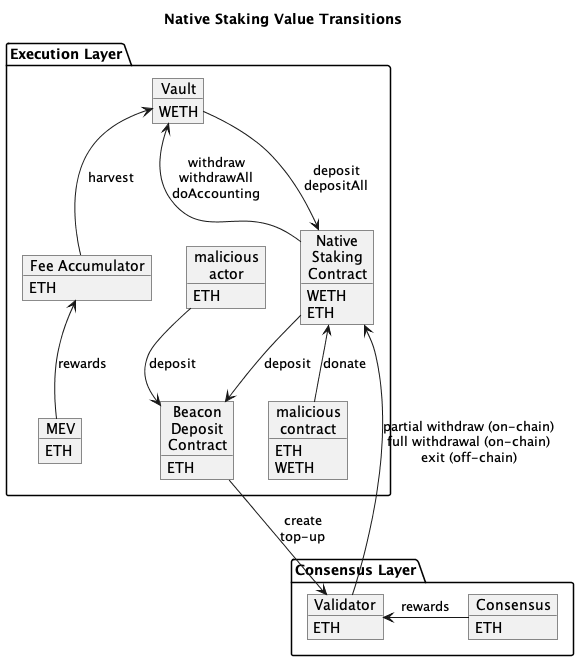
Above: contracts/docs/plantuml/stakingValueTransitions.png in OriginProtocol/origin-dollar (PlantUML), before the change.
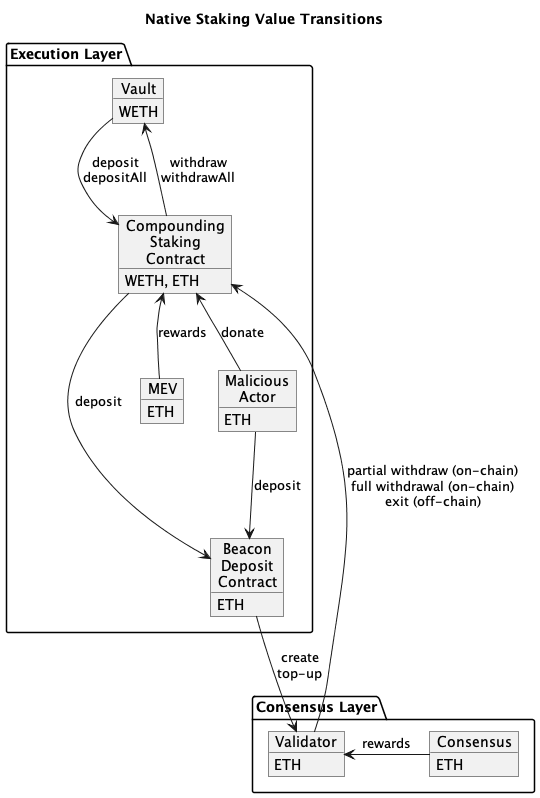
The same diagram one commit later.

Commit message:
Updated OETH contracts diagram and staking transitions diagram

Change to the diagram source:
```diff
@@ -5,17 +5,13 @@
 package "Execution Layer" {
     object "Vault" as vault
     vault : WETH
-    object "Native\nStaking\nContract" as nsc
-    nsc : WETH\nETH
-    object "Fee Accumulator" as fa
-    fa : ETH
+    object "Compounding\nStaking\nContract" as csc
+    csc : WETH, ETH
     object "Beacon\nDeposit\nContract" as bdc
     bdc : ETH
     object "MEV" as mev
     mev : ETH
-    object "malicious\ncontract" as mal
-    mal : ETH\nWETH
-    object "malicious\nactor" as malActor
+    object "Malicious\nActor" as malActor
     malActor : ETH
 }
 
@@ -26,18 +22,17 @@
     cr : ETH
 }
 
-vault  --> nsc : deposit\ndepositAll
-nsc --> vault : withdraw\nwithdrawAll\ndoAccounting
-vault <-- fa : harvest
-fa <-- mev : rewards
-nsc <-- mal : donate
+vault --> csc : deposit\ndepositAll
+csc --> vault : withdraw\nwithdrawAll
+csc <-- mev : rewards
+csc <-- malActor : donate
 
 malActor --> bdc : deposit
 
-nsc  --> bdc : deposit
+csc  --> bdc : deposit
 
 bdc --> val : create\ntop-up
-val --> nsc : partial withdraw (on-chain)\nfull withdrawal (on-chain)\nexit (off-chain)
+val --> csc : partial withdraw (on-chain)\nfull withdrawal (on-chain)\nexit (off-chain)
 
 val <- cr : rewards
 
```
